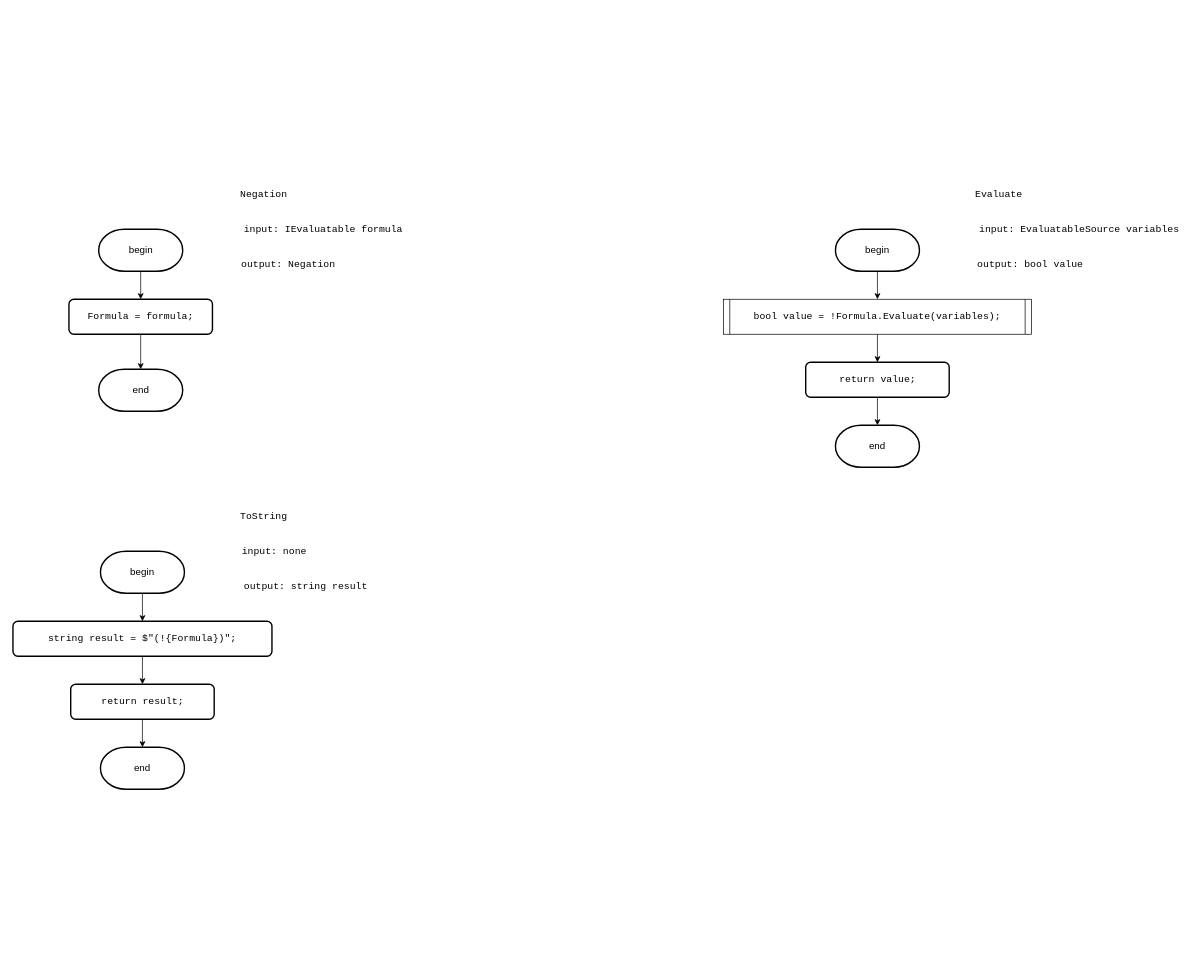
Above: Diagrams/negation.drawio in slavikovics/FictionalVariables (draw.io), before the change. Source tidied: cells renumbered, new cells numbered last; positions are measured from the earlier drawing's top-left corner, leaving out a move shared by most shapes. Both pictures are drawn from the tidied source at 70%, with x=0, y=0 at pixel (13, 173).
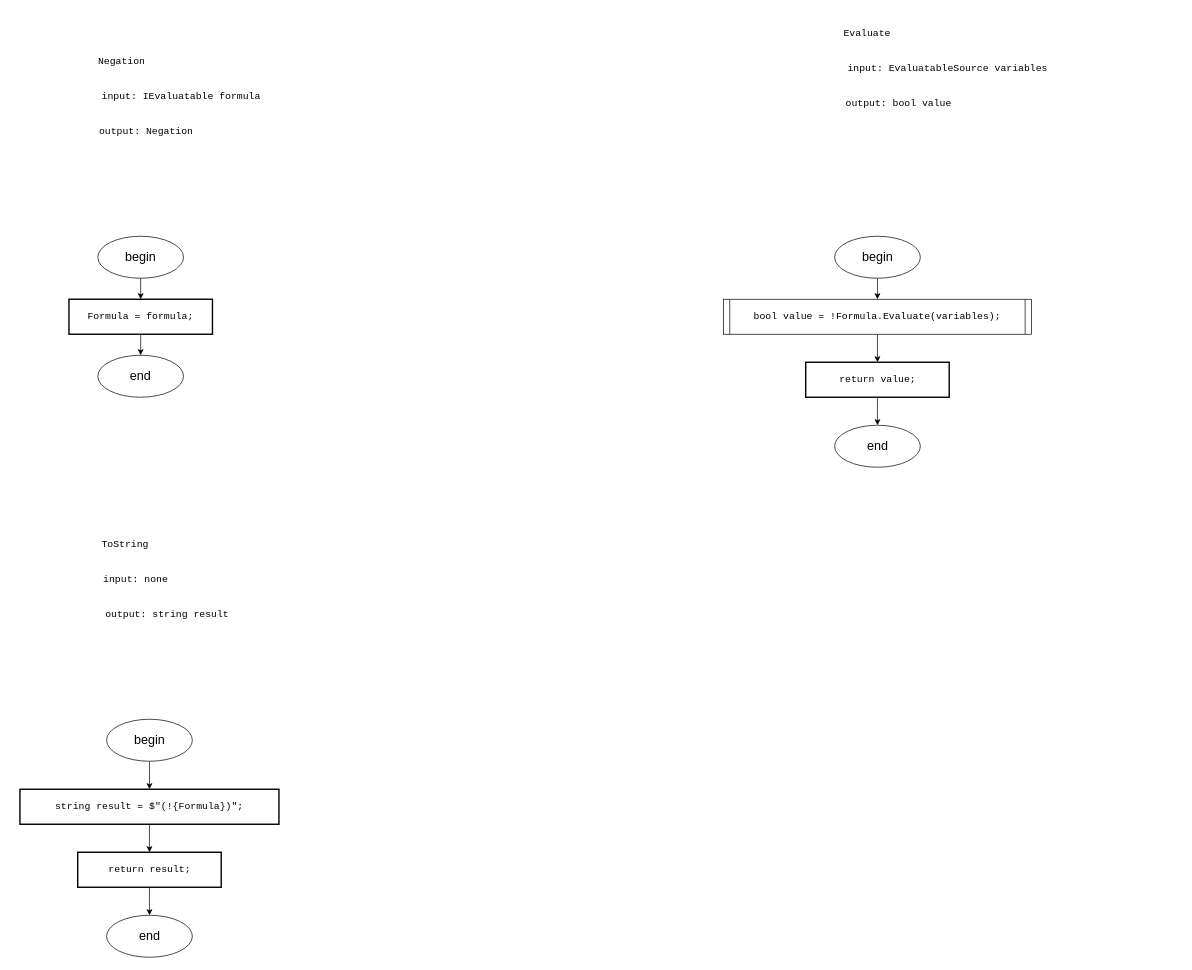
After the change.

The change refers to these unchanged cells:
```xml
<mxCell id="24" value="&lt;pre style=&quot;font-family: &amp;quot;JetBrains Mono&amp;quot;, monospace;&quot;&gt;&lt;div&gt;&lt;pre style=&quot;font-family: &amp;quot;JetBrains Mono&amp;quot;, monospace;&quot;&gt;&lt;span style=&quot;&quot;&gt;bool &lt;/span&gt;value = !Formula.Evaluate(variables);&lt;/pre&gt;&lt;/div&gt;&lt;/pre&gt;" style="shape=process;whiteSpace=wrap;html=1;backgroundOutline=1;size=0.0202020202020202;fontSize=14;labelBackgroundColor=none;fontColor=#000000;" parent="1" vertex="1">
  <mxGeometry x="1015" y="180" width="440" height="50" as="geometry" />
</mxCell>
```

Change to the diagram source:
```diff
@@
     <mxCell id="2" value="&lt;pre style=&quot;font-family: &amp;quot;JetBrains Mono&amp;quot;, monospace;&quot;&gt;&lt;font style=&quot;&quot;&gt;Negation&lt;/font&gt;&lt;/pre&gt;" style="text;html=1;align=center;verticalAlign=middle;strokeColor=none;fillColor=none;fontSize=14;labelBackgroundColor=none;fontColor=#000000;" parent="1" vertex="1">
-      <mxGeometry x="312.5" width="90" height="60" as="geometry" />
+      <mxGeometry x="110" y="-190" width="90" height="60" as="geometry" />
     </mxCell>
-    <mxCell id="3" style="edgeStyle=orthogonalEdgeStyle;rounded=0;jettySize=auto;html=1;exitX=0.5;exitY=1;exitDx=0;exitDy=0;exitPerimeter=0;entryX=0.5;entryY=0;entryDx=0;entryDy=0;fontSize=14;labelBackgroundColor=none;fontColor=#000000;" parent="1" edge="1" source="4" target="5">
-      <mxGeometry relative="1" as="geometry" />
-    </mxCell>
-    <mxCell id="4" value="begin" style="strokeWidth=2;html=1;shape=mxgraph.flowchart.terminator;whiteSpace=wrap;fontSize=14;labelBackgroundColor=none;fontColor=#000000;" parent="1" vertex="1">
-      <mxGeometry x="122.5" y="80" width="120" height="60" as="geometry" />
-    </mxCell>
+    <mxCell id="30" style="edgeStyle=orthogonalEdgeStyle;rounded=0;jettySize=auto;html=1;exitX=0.5;exitY=1;exitDx=0;exitDy=0;entryX=0.5;entryY=0;entryDx=0;entryDy=0;" parent="1" edge="1" source="5" target="35">
+      <mxGeometry relative="1" as="geometry" />
+    </mxCell>
-    <mxCell id="5" value="&lt;div style=&quot;&quot;&gt;&lt;pre style=&quot;font-family: &amp;quot;JetBrains Mono&amp;quot;, monospace;&quot;&gt;&lt;div&gt;&lt;pre style=&quot;font-family: &amp;quot;JetBrains Mono&amp;quot;, monospace;&quot;&gt;Formula = &lt;span style=&quot;&quot;&gt;formula&lt;/span&gt;;&lt;/pre&gt;&lt;/div&gt;&lt;/pre&gt;&lt;/div&gt;" style="rounded=1;whiteSpace=wrap;html=1;absoluteArcSize=1;arcSize=14;strokeWidth=2;fontSize=14;labelBackgroundColor=none;fontColor=#000000;" parent="1" vertex="1">
+    <mxCell id="5" value="&lt;div style=&quot;&quot;&gt;&lt;pre style=&quot;font-family: &amp;quot;JetBrains Mono&amp;quot;, monospace;&quot;&gt;&lt;div&gt;&lt;pre style=&quot;font-family: &amp;quot;JetBrains Mono&amp;quot;, monospace;&quot;&gt;Formula = &lt;span style=&quot;&quot;&gt;formula&lt;/span&gt;;&lt;/pre&gt;&lt;/div&gt;&lt;/pre&gt;&lt;/div&gt;" style="rounded=0;whiteSpace=wrap;html=1;absoluteArcSize=1;arcSize=14;strokeWidth=2;fontSize=14;labelBackgroundColor=none;fontColor=#000000;" parent="1" vertex="1">
       <mxGeometry x="80" y="180" width="205" height="50" as="geometry" />
     </mxCell>
     <mxCell id="6" value="&lt;pre style=&quot;font-family: &amp;quot;JetBrains Mono&amp;quot;, monospace;&quot;&gt;input: IEvaluatable formula&lt;/pre&gt;" style="text;html=1;align=center;verticalAlign=middle;strokeColor=none;fillColor=none;fontSize=14;labelBackgroundColor=none;fontColor=#000000;" parent="1" vertex="1">
-      <mxGeometry x="327.5" y="50" width="230" height="60" as="geometry" />
+      <mxGeometry x="125" y="-140" width="230" height="60" as="geometry" />
     </mxCell>
     <mxCell id="7" value="&lt;pre style=&quot;font-family: &amp;quot;JetBrains Mono&amp;quot;, monospace;&quot;&gt;output: Negation&lt;/pre&gt;" style="text;html=1;align=center;verticalAlign=middle;strokeColor=none;fillColor=none;fontSize=14;labelBackgroundColor=none;fontColor=#000000;" parent="1" vertex="1">
-      <mxGeometry x="317.5" y="100" width="150" height="60" as="geometry" />
+      <mxGeometry x="115" y="-90" width="150" height="60" as="geometry" />
     </mxCell>
-    <mxCell id="8" value="end" style="strokeWidth=2;html=1;shape=mxgraph.flowchart.terminator;whiteSpace=wrap;fontSize=14;labelBackgroundColor=none;fontColor=#000000;" parent="1" vertex="1">
-      <mxGeometry x="122.5" y="280" width="120" height="60" as="geometry" />
-    </mxCell>
     <mxCell id="9" value="&lt;pre style=&quot;font-family: &amp;quot;JetBrains Mono&amp;quot;, monospace;&quot;&gt;Evaluate&lt;/pre&gt;" style="text;html=1;align=center;verticalAlign=middle;strokeColor=none;fillColor=none;fontSize=14;labelBackgroundColor=none;fontColor=#000000;" parent="1" vertex="1">
-      <mxGeometry x="1362.5" width="90" height="60" as="geometry" />
+      <mxGeometry x="1175" y="-230" width="90" height="60" as="geometry" />
     </mxCell>
-    <mxCell id="10" style="edgeStyle=orthogonalEdgeStyle;rounded=0;jettySize=auto;html=1;exitX=0.5;exitY=1;exitDx=0;exitDy=0;exitPerimeter=0;entryX=0.5;entryY=0;entryDx=0;entryDy=0;fontSize=14;labelBackgroundColor=none;fontColor=#000000;" parent="1" edge="1" source="11" target="24">
-      <mxGeometry relative="1" as="geometry" />
-    </mxCell>
-    <mxCell id="11" value="begin" style="strokeWidth=2;html=1;shape=mxgraph.flowchart.terminator;whiteSpace=wrap;fontSize=14;labelBackgroundColor=none;fontColor=#000000;" parent="1" vertex="1">
-      <mxGeometry x="1175" y="80" width="120" height="60" as="geometry" />
-    </mxCell>
     <mxCell id="12" value="&lt;pre style=&quot;font-family: &amp;quot;JetBrains Mono&amp;quot;, monospace;&quot;&gt;input: EvaluatableSource variables&lt;/pre&gt;" style="text;html=1;align=center;verticalAlign=middle;strokeColor=none;fillColor=none;fontSize=14;labelBackgroundColor=none;fontColor=#000000;" parent="1" vertex="1">
-      <mxGeometry x="1377.5" y="50" width="290" height="60" as="geometry" />
+      <mxGeometry x="1190" y="-180" width="290" height="60" as="geometry" />
     </mxCell>
     <mxCell id="13" value="&lt;pre style=&quot;font-family: &amp;quot;JetBrains Mono&amp;quot;, monospace;&quot;&gt;output: bool value&lt;/pre&gt;" style="text;html=1;align=center;verticalAlign=middle;strokeColor=none;fillColor=none;fontSize=14;labelBackgroundColor=none;fontColor=#000000;" parent="1" vertex="1">
-      <mxGeometry x="1372.5" y="100" width="160" height="60" as="geometry" />
+      <mxGeometry x="1185" y="-130" width="160" height="60" as="geometry" />
     </mxCell>
-    <mxCell id="14" value="end" style="strokeWidth=2;html=1;shape=mxgraph.flowchart.terminator;whiteSpace=wrap;fontSize=14;labelBackgroundColor=none;fontColor=#000000;" parent="1" vertex="1">
-      <mxGeometry x="1175" y="360" width="120" height="60" as="geometry" />
-    </mxCell>
     <mxCell id="15" value="&lt;pre style=&quot;font-family: &amp;quot;JetBrains Mono&amp;quot;, monospace;&quot;&gt;ToString&lt;/pre&gt;" style="text;html=1;align=center;verticalAlign=middle;strokeColor=none;fillColor=none;fontSize=14;labelBackgroundColor=none;fontColor=#000000;" parent="1" vertex="1">
-      <mxGeometry x="312.5" y="460" width="90" height="60" as="geometry" />
+      <mxGeometry x="115" y="500" width="90" height="60" as="geometry" />
     </mxCell>
-    <mxCell id="16" style="edgeStyle=orthogonalEdgeStyle;rounded=0;jettySize=auto;html=1;exitX=0.5;exitY=1;exitDx=0;exitDy=0;exitPerimeter=0;entryX=0.5;entryY=0;entryDx=0;entryDy=0;fontSize=14;labelBackgroundColor=none;fontColor=#000000;" parent="1" edge="1" source="17" target="19">
-      <mxGeometry relative="1" as="geometry" />
-    </mxCell>
-    <mxCell id="17" value="begin" style="strokeWidth=2;html=1;shape=mxgraph.flowchart.terminator;whiteSpace=wrap;fontSize=14;labelBackgroundColor=none;fontColor=#000000;" parent="1" vertex="1">
-      <mxGeometry x="125" y="540" width="120" height="60" as="geometry" />
-    </mxCell>
@@
-    <mxCell id="19" value="&lt;div style=&quot;&quot;&gt;&lt;pre style=&quot;font-family: &amp;quot;JetBrains Mono&amp;quot;, monospace;&quot;&gt;&lt;pre style=&quot;font-family: &amp;quot;JetBrains Mono&amp;quot;, monospace;&quot;&gt;&lt;pre style=&quot;font-family: &amp;quot;JetBrains Mono&amp;quot;, monospace;&quot;&gt;&lt;div&gt;&lt;pre style=&quot;font-family: &amp;quot;JetBrains Mono&amp;quot;, monospace;&quot;&gt;&lt;span style=&quot;&quot;&gt;string &lt;/span&gt;&lt;span style=&quot;&quot;&gt;result &lt;/span&gt;= &lt;span style=&quot;&quot;&gt;$&quot;(!&lt;/span&gt;{Formula}&lt;span style=&quot;&quot;&gt;)&quot;&lt;/span&gt;;&lt;/pre&gt;&lt;/div&gt;&lt;/pre&gt;&lt;/pre&gt;&lt;/pre&gt;&lt;/div&gt;" style="rounded=1;whiteSpace=wrap;html=1;absoluteArcSize=1;arcSize=14;strokeWidth=2;fontSize=14;labelBackgroundColor=none;fontColor=#000000;" parent="1" vertex="1">
-      <mxGeometry y="640" width="370" height="50" as="geometry" />
+    <mxCell id="19" value="&lt;div style=&quot;&quot;&gt;&lt;pre style=&quot;font-family: &amp;quot;JetBrains Mono&amp;quot;, monospace;&quot;&gt;&lt;pre style=&quot;font-family: &amp;quot;JetBrains Mono&amp;quot;, monospace;&quot;&gt;&lt;pre style=&quot;font-family: &amp;quot;JetBrains Mono&amp;quot;, monospace;&quot;&gt;&lt;div&gt;&lt;pre style=&quot;font-family: &amp;quot;JetBrains Mono&amp;quot;, monospace;&quot;&gt;&lt;span style=&quot;&quot;&gt;string &lt;/span&gt;&lt;span style=&quot;&quot;&gt;result &lt;/span&gt;= &lt;span style=&quot;&quot;&gt;$&quot;(!&lt;/span&gt;{Formula}&lt;span style=&quot;&quot;&gt;)&quot;&lt;/span&gt;;&lt;/pre&gt;&lt;/div&gt;&lt;/pre&gt;&lt;/pre&gt;&lt;/pre&gt;&lt;/div&gt;" style="rounded=0;whiteSpace=wrap;html=1;absoluteArcSize=1;arcSize=14;strokeWidth=2;fontSize=14;labelBackgroundColor=none;fontColor=#000000;" parent="1" vertex="1">
+      <mxGeometry x="10" y="880" width="370" height="50" as="geometry" />
     </mxCell>
     <mxCell id="20" value="&lt;pre style=&quot;font-family: &amp;quot;JetBrains Mono&amp;quot;, monospace;&quot;&gt;input: none&lt;/pre&gt;" style="text;html=1;align=center;verticalAlign=middle;strokeColor=none;fillColor=none;fontSize=14;labelBackgroundColor=none;fontColor=#000000;" parent="1" vertex="1">
-      <mxGeometry x="317.5" y="510" width="110" height="60" as="geometry" />
+      <mxGeometry x="120" y="550" width="110" height="60" as="geometry" />
     </mxCell>
     <mxCell id="21" value="&lt;pre style=&quot;font-family: &amp;quot;JetBrains Mono&amp;quot;, monospace;&quot;&gt;output: string result&lt;/pre&gt;" style="text;html=1;align=center;verticalAlign=middle;strokeColor=none;fillColor=none;fontSize=14;labelBackgroundColor=none;fontColor=#000000;" parent="1" vertex="1">
-      <mxGeometry x="322.5" y="560" width="190" height="60" as="geometry" />
+      <mxGeometry x="125" y="600" width="190" height="60" as="geometry" />
     </mxCell>
-    <mxCell id="22" value="end" style="strokeWidth=2;html=1;shape=mxgraph.flowchart.terminator;whiteSpace=wrap;fontSize=14;labelBackgroundColor=none;fontColor=#000000;" parent="1" vertex="1">
-      <mxGeometry x="125" y="820" width="120" height="60" as="geometry" />
-    </mxCell>
@@
-    <mxCell id="25" style="edgeStyle=orthogonalEdgeStyle;rounded=0;jettySize=auto;html=1;exitX=0.5;exitY=1;exitDx=0;exitDy=0;entryX=0.5;entryY=0;entryDx=0;entryDy=0;entryPerimeter=0;fontSize=14;labelBackgroundColor=none;fontColor=#000000;" parent="1" edge="1" source="5" target="8">
-      <mxGeometry relative="1" as="geometry" />
-    </mxCell>
+    <mxCell id="31" style="edgeStyle=orthogonalEdgeStyle;rounded=0;jettySize=auto;html=1;exitX=0.5;exitY=1;exitDx=0;exitDy=0;entryX=0.5;entryY=0;entryDx=0;entryDy=0;" parent="1" edge="1" source="26" target="38">
+      <mxGeometry relative="1" as="geometry" />
+    </mxCell>
-    <mxCell id="26" value="&lt;div style=&quot;&quot;&gt;&lt;pre style=&quot;font-family: &amp;quot;JetBrains Mono&amp;quot;, monospace;&quot;&gt;&lt;pre style=&quot;font-family: &amp;quot;JetBrains Mono&amp;quot;, monospace;&quot;&gt;&lt;div&gt;&lt;pre style=&quot;font-family: &amp;quot;JetBrains Mono&amp;quot;, monospace;&quot;&gt;&lt;span style=&quot;&quot;&gt;return &lt;/span&gt;value;&lt;/pre&gt;&lt;/div&gt;&lt;/pre&gt;&lt;/pre&gt;&lt;/div&gt;" style="rounded=1;whiteSpace=wrap;html=1;absoluteArcSize=1;arcSize=14;strokeWidth=2;fontSize=14;labelBackgroundColor=none;fontColor=#000000;" parent="1" vertex="1">
+    <mxCell id="26" value="&lt;div style=&quot;&quot;&gt;&lt;pre style=&quot;font-family: &amp;quot;JetBrains Mono&amp;quot;, monospace;&quot;&gt;&lt;pre style=&quot;font-family: &amp;quot;JetBrains Mono&amp;quot;, monospace;&quot;&gt;&lt;div&gt;&lt;pre style=&quot;font-family: &amp;quot;JetBrains Mono&amp;quot;, monospace;&quot;&gt;&lt;span style=&quot;&quot;&gt;return &lt;/span&gt;value;&lt;/pre&gt;&lt;/div&gt;&lt;/pre&gt;&lt;/pre&gt;&lt;/div&gt;" style="rounded=0;whiteSpace=wrap;html=1;absoluteArcSize=1;arcSize=14;strokeWidth=2;fontSize=14;labelBackgroundColor=none;fontColor=#000000;" parent="1" vertex="1">
       <mxGeometry x="1132.5" y="270" width="205" height="50" as="geometry" />
     </mxCell>
-    <mxCell id="27" style="edgeStyle=orthogonalEdgeStyle;rounded=0;jettySize=auto;html=1;exitX=0.5;exitY=1;exitDx=0;exitDy=0;entryX=0.5;entryY=0;entryDx=0;entryDy=0;entryPerimeter=0;fontSize=14;labelBackgroundColor=none;fontColor=#000000;" parent="1" edge="1" source="26" target="14">
-      <mxGeometry relative="1" as="geometry" />
-    </mxCell>
-    <mxCell id="28" style="edgeStyle=orthogonalEdgeStyle;rounded=0;jettySize=auto;html=1;exitX=0.5;exitY=1;exitDx=0;exitDy=0;fontSize=14;labelBackgroundColor=none;fontColor=#000000;" parent="1" edge="1" source="29" target="22">
-      <mxGeometry relative="1" as="geometry" />
-    </mxCell>
+    <mxCell id="32" style="edgeStyle=orthogonalEdgeStyle;rounded=0;jettySize=auto;html=1;exitX=0.5;exitY=1;exitDx=0;exitDy=0;" parent="1" edge="1" source="29" target="41">
+      <mxGeometry relative="1" as="geometry" />
+    </mxCell>
-    <mxCell id="29" value="&lt;div style=&quot;&quot;&gt;&lt;pre style=&quot;font-family: &amp;quot;JetBrains Mono&amp;quot;, monospace;&quot;&gt;&lt;pre style=&quot;font-family: &amp;quot;JetBrains Mono&amp;quot;, monospace;&quot;&gt;&lt;pre style=&quot;font-family: &amp;quot;JetBrains Mono&amp;quot;, monospace;&quot;&gt;&lt;span style=&quot;&quot;&gt;return &lt;/span&gt;result;&lt;br&gt;&lt;/pre&gt;&lt;/pre&gt;&lt;/pre&gt;&lt;/div&gt;" style="rounded=1;whiteSpace=wrap;html=1;absoluteArcSize=1;arcSize=14;strokeWidth=2;fontSize=14;labelBackgroundColor=none;fontColor=#000000;" parent="1" vertex="1">
-      <mxGeometry x="82.5" y="730" width="205" height="50" as="geometry" />
+    <mxCell id="29" value="&lt;div style=&quot;&quot;&gt;&lt;pre style=&quot;font-family: &amp;quot;JetBrains Mono&amp;quot;, monospace;&quot;&gt;&lt;pre style=&quot;font-family: &amp;quot;JetBrains Mono&amp;quot;, monospace;&quot;&gt;&lt;pre style=&quot;font-family: &amp;quot;JetBrains Mono&amp;quot;, monospace;&quot;&gt;&lt;span style=&quot;&quot;&gt;return &lt;/span&gt;result;&lt;br&gt;&lt;/pre&gt;&lt;/pre&gt;&lt;/pre&gt;&lt;/div&gt;" style="rounded=0;whiteSpace=wrap;html=1;absoluteArcSize=1;arcSize=14;strokeWidth=2;fontSize=14;labelBackgroundColor=none;fontColor=#000000;" parent="1" vertex="1">
+      <mxGeometry x="92.5" y="970" width="205" height="50" as="geometry" />
     </mxCell>
+    <mxCell id="33" style="edgeStyle=orthogonalEdgeStyle;rounded=0;jettySize=auto;html=1;exitX=0.5;exitY=1;exitDx=0;exitDy=0;entryX=0.5;entryY=0;entryDx=0;entryDy=0;" parent="1" edge="1" source="34" target="5">
+      <mxGeometry relative="1" as="geometry" />
+    </mxCell>
+    <mxCell id="34" value="&lt;font style=&quot;font-size: 18px;&quot;&gt;begin&lt;/font&gt;" style="ellipse;whiteSpace=wrap;html=1;" parent="1" vertex="1">
+      <mxGeometry x="121.2" y="90" width="122.5" height="60" as="geometry" />
+    </mxCell>
+    <mxCell id="35" value="&lt;font style=&quot;font-size: 18px;&quot;&gt;end&lt;/font&gt;" style="ellipse;whiteSpace=wrap;html=1;" parent="1" vertex="1">
+      <mxGeometry x="121.2" y="260" width="122.5" height="60" as="geometry" />
+    </mxCell>
+    <mxCell id="36" style="edgeStyle=orthogonalEdgeStyle;rounded=0;jettySize=auto;html=1;exitX=0.5;exitY=1;exitDx=0;exitDy=0;entryX=0.5;entryY=0;entryDx=0;entryDy=0;" parent="1" edge="1" source="37" target="24">
+      <mxGeometry relative="1" as="geometry" />
+    </mxCell>
+    <mxCell id="37" value="&lt;font style=&quot;font-size: 18px;&quot;&gt;begin&lt;/font&gt;" style="ellipse;whiteSpace=wrap;html=1;" parent="1" vertex="1">
+      <mxGeometry x="1173.8" y="90" width="122.5" height="60" as="geometry" />
+    </mxCell>
+    <mxCell id="38" value="&lt;font style=&quot;font-size: 18px;&quot;&gt;end&lt;/font&gt;" style="ellipse;whiteSpace=wrap;html=1;" parent="1" vertex="1">
+      <mxGeometry x="1173.8" y="360" width="122.5" height="60" as="geometry" />
+    </mxCell>
+    <mxCell id="39" style="edgeStyle=orthogonalEdgeStyle;rounded=0;jettySize=auto;html=1;exitX=0.5;exitY=1;exitDx=0;exitDy=0;entryX=0.5;entryY=0;entryDx=0;entryDy=0;" parent="1" edge="1" source="40" target="19">
+      <mxGeometry relative="1" as="geometry" />
+    </mxCell>
+    <mxCell id="40" value="&lt;font style=&quot;font-size: 18px;&quot;&gt;begin&lt;/font&gt;" style="ellipse;whiteSpace=wrap;html=1;" parent="1" vertex="1">
+      <mxGeometry x="133.8" y="780" width="122.5" height="60" as="geometry" />
+    </mxCell>
+    <mxCell id="41" value="&lt;font style=&quot;font-size: 18px;&quot;&gt;end&lt;/font&gt;" style="ellipse;whiteSpace=wrap;html=1;" parent="1" vertex="1">
+      <mxGeometry x="133.8" y="1060" width="122.5" height="60" as="geometry" />
+    </mxCell>
```
